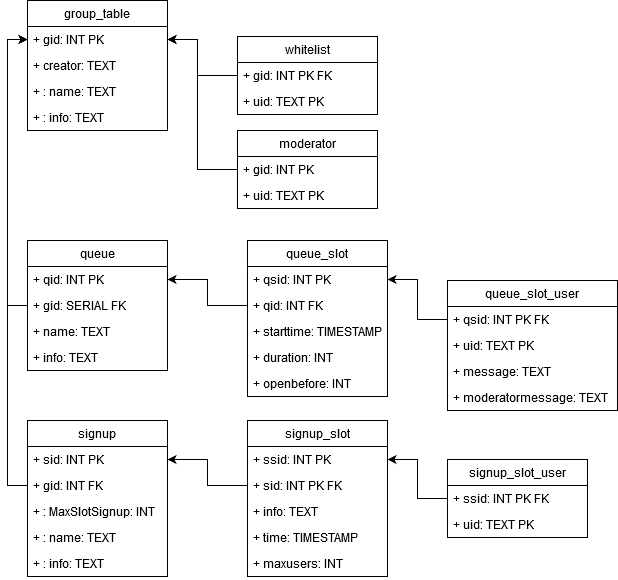
KlasafGeijerstam/Tosca keeps this draw.io diagram as util/database_diagram.png. Above is the earlier version. Source tidied: cells renumbered, new cells last; positions are measured from the earlier drawing's top-left corner, leaving out a move shared by most shapes.
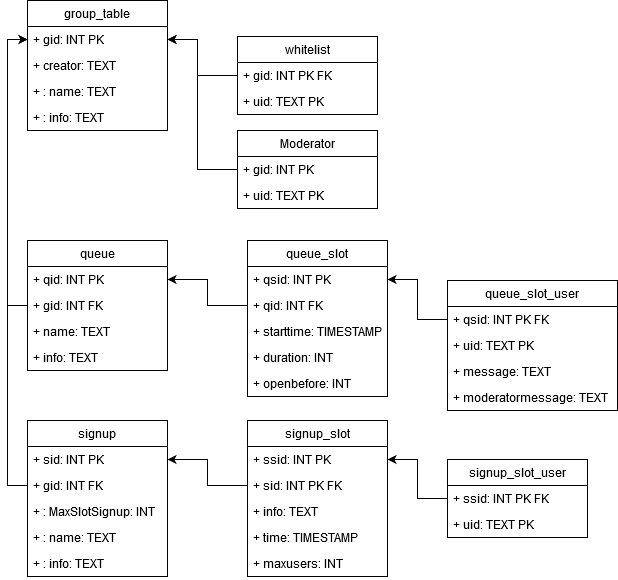
After the commit.

Change to the diagram source:
```diff
@@ -2,7 +2,7 @@
   <root>
     <mxCell id="0" />
     <mxCell id="1" parent="0" />
-    <mxCell id="2" value="moderator" style="swimlane;fontStyle=0;horizontal=1;startSize=26;fillColor=none;" parent="1" vertex="1">
+    <mxCell id="2" value="Moderator" style="swimlane;fontStyle=0;horizontal=1;startSize=26;fillColor=none;" parent="1" vertex="1">
       <mxGeometry x="210" y="130" width="140" height="78" as="geometry" />
     </mxCell>
     <mxCell id="3" value="+ gid: INT PK" style="text;strokeColor=none;fillColor=none;align=left;verticalAlign=top;spacingLeft=4;spacingRight=4;overflow=hidden;" parent="2" vertex="1">
@@ -86,7 +86,7 @@
     <mxCell id="29" value="+ qid: INT PK" style="text;strokeColor=none;fillColor=none;align=left;verticalAlign=top;spacingLeft=4;spacingRight=4;overflow=hidden;points=[[0,0.5],[1,0.5]];portConstraint=eastwest;" parent="28" vertex="1">
       <mxGeometry y="26" width="140" height="26" as="geometry" />
     </mxCell>
-    <mxCell id="30" value="+ gid: SERIAL FK" style="text;strokeColor=none;fillColor=none;align=left;verticalAlign=top;spacingLeft=4;spacingRight=4;overflow=hidden;points=[[0,0.5],[1,0.5]];portConstraint=eastwest;" parent="28" vertex="1">
+    <mxCell id="30" value="+ gid: INT FK" style="text;strokeColor=none;fillColor=none;align=left;verticalAlign=top;spacingLeft=4;spacingRight=4;overflow=hidden;points=[[0,0.5],[1,0.5]];portConstraint=eastwest;" parent="28" vertex="1">
       <mxGeometry y="52" width="140" height="26" as="geometry" />
     </mxCell>
     <mxCell id="31" value="+ name: TEXT" style="text;strokeColor=none;fillColor=none;align=left;verticalAlign=top;spacingLeft=4;spacingRight=4;overflow=hidden;" parent="28" vertex="1">
```
